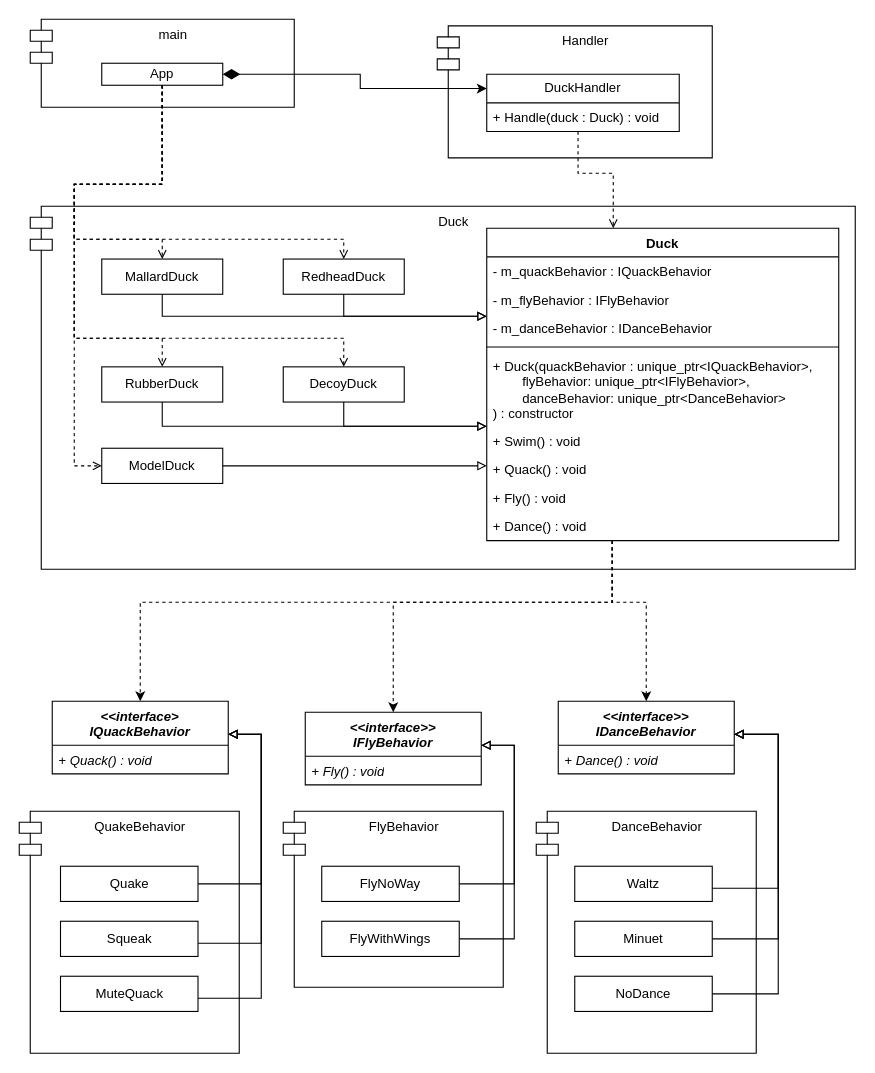
The draw.io diagram lw1/1/Ducks.drawio in ProstP/OOD, before the edit. Source tidied: cells renumbered, new cells numbered last; positions are measured from the earlier drawing's top-left corner, leaving out a move shared by most shapes. Both pictures are drawn from the tidied source at 110%, with x=0, y=0 at pixel (19, 19).
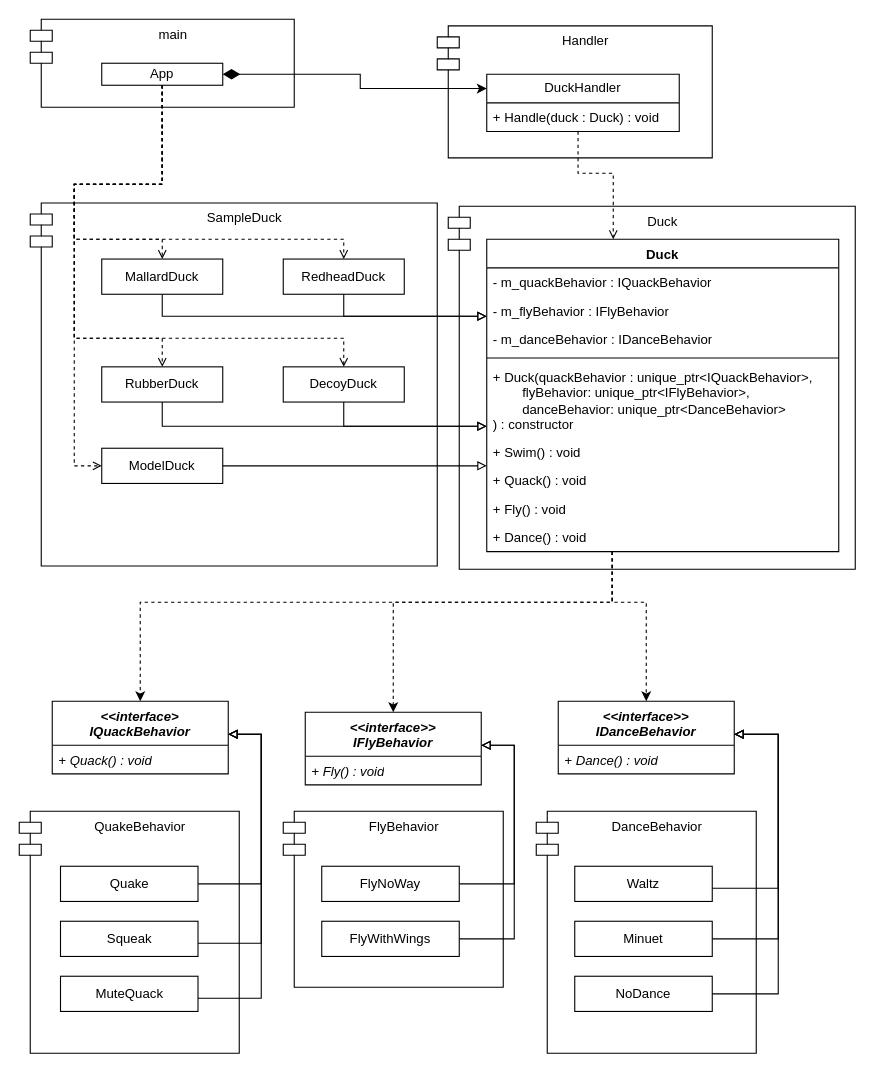
The same page after the edit.

Commit message:
Обновил диаграмму, вынес классы уток в отдельный компонент

Diff of the diagram source:
```diff
@@
+    <mxCell id="63" value="SampleDuck" style="shape=module;align=left;spacingLeft=20;align=center;verticalAlign=top;whiteSpace=wrap;html=1;" parent="1" vertex="1">
+      <mxGeometry x="10" y="167" width="370" height="330" as="geometry" />
+    </mxCell>
@@
     <mxCell id="8" value="Duck" style="shape=module;align=left;spacingLeft=20;align=center;verticalAlign=top;whiteSpace=wrap;html=1;" parent="1" vertex="1">
-      <mxGeometry x="10" y="170" width="750" height="330" as="geometry" />
+      <mxGeometry x="390" y="170" width="370" height="330" as="geometry" />
     </mxCell>
     <mxCell id="9" value="Duck" style="swimlane;fontStyle=1;align=center;verticalAlign=top;horizontal=1;startSize=26;whiteSpace=wrap;html=1;" parent="1" vertex="1">
-      <mxGeometry x="425" y="190" width="320" height="284" as="geometry" />
+      <mxGeometry x="425" y="200" width="320" height="284" as="geometry" />
     </mxCell>
```
